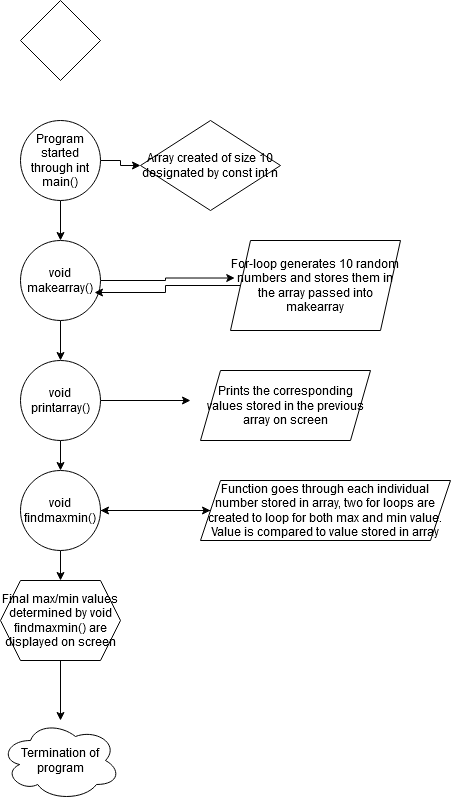
itsmigs12/Discussion5-1 keeps this draw.io diagram as Untitled Diagram.png. Above is the earlier version. Source tidied: cells renumbered, new cells last; positions are measured from the earlier drawing's top-left corner, leaving out a move shared by most shapes. Its diagram source:
```xml
<mxGraphModel>
  <root>
    <mxCell id="0" />
    <mxCell id="1" parent="0" />
    <mxCell id="2" style="rhombus;whiteSpace=wrap;html=1;" parent="1" vertex="1">
      <mxGeometry x="20" width="80" height="80" as="geometry" />
    </mxCell>
    <mxCell id="3" style="edgeStyle=orthogonalEdgeStyle;rounded=0;jettySize=auto;html=1;" parent="1" edge="1" source="5" target="8">
      <mxGeometry relative="1" as="geometry" />
    </mxCell>
    <mxCell id="4" style="edgeStyle=orthogonalEdgeStyle;rounded=0;jettySize=auto;html=1;" parent="1" edge="1" source="5" target="20">
      <mxGeometry relative="1" as="geometry" />
    </mxCell>
    <mxCell id="5" value="Program started through int main()" style="ellipse;whiteSpace=wrap;html=1;" parent="1" vertex="1">
      <mxGeometry x="20" y="120" width="80" height="80" as="geometry" />
    </mxCell>
    <mxCell id="6" style="edgeStyle=orthogonalEdgeStyle;rounded=0;jettySize=auto;html=1;entryX=0.025;entryY=0.417;entryDx=0;entryDy=0;entryPerimeter=0;" parent="1" edge="1" source="8" target="18">
      <mxGeometry relative="1" as="geometry" />
    </mxCell>
    <mxCell id="7" style="edgeStyle=orthogonalEdgeStyle;rounded=0;jettySize=auto;html=1;entryX=0.5;entryY=0;entryDx=0;entryDy=0;" parent="1" edge="1" source="8" target="11">
      <mxGeometry relative="1" as="geometry" />
    </mxCell>
    <mxCell id="8" value="void makearray()" style="ellipse;whiteSpace=wrap;html=1;" parent="1" vertex="1">
      <mxGeometry x="20" y="240" width="80" height="80" as="geometry" />
    </mxCell>
    <mxCell id="9" style="edgeStyle=orthogonalEdgeStyle;rounded=0;jettySize=auto;html=1;" parent="1" edge="1" source="11">
      <mxGeometry relative="1" as="geometry">
        <mxPoint x="190" y="400" as="targetPoint" />
      </mxGeometry>
    </mxCell>
    <mxCell id="10" style="edgeStyle=orthogonalEdgeStyle;rounded=0;jettySize=auto;html=1;" parent="1" edge="1" source="11" target="14">
      <mxGeometry relative="1" as="geometry" />
    </mxCell>
    <mxCell id="11" value="void printarray()" style="ellipse;whiteSpace=wrap;html=1;" parent="1" vertex="1">
      <mxGeometry x="20" y="360" width="80" height="80" as="geometry" />
    </mxCell>
    <mxCell id="12" style="edgeStyle=orthogonalEdgeStyle;rounded=0;jettySize=auto;html=1;" parent="1" edge="1" source="14" target="22">
      <mxGeometry relative="1" as="geometry" />
    </mxCell>
    <mxCell id="13" style="edgeStyle=orthogonalEdgeStyle;rounded=0;jettySize=auto;html=1;" parent="1" edge="1" source="14" target="16">
      <mxGeometry relative="1" as="geometry" />
    </mxCell>
    <mxCell id="14" value="void findmaxmin()" style="ellipse;whiteSpace=wrap;html=1;" parent="1" vertex="1">
      <mxGeometry x="20" y="470" width="80" height="80" as="geometry" />
    </mxCell>
    <mxCell id="15" style="edgeStyle=orthogonalEdgeStyle;rounded=0;jettySize=auto;html=1;" parent="1" edge="1" source="16" target="23">
      <mxGeometry relative="1" as="geometry" />
    </mxCell>
    <mxCell id="16" value="Final max/min values determined by void findmaxmin() are displayed on screen" style="shape=hexagon;perimeter=hexagonPerimeter2;whiteSpace=wrap;html=1;fixedSize=1;" parent="1" vertex="1">
      <mxGeometry y="580" width="120" height="80" as="geometry" />
    </mxCell>
    <mxCell id="17" style="edgeStyle=orthogonalEdgeStyle;rounded=0;jettySize=auto;html=1;entryX=0.925;entryY=0.65;entryDx=0;entryDy=0;entryPerimeter=0;" parent="1" edge="1" source="18" target="8">
      <mxGeometry relative="1" as="geometry" />
    </mxCell>
    <mxCell id="18" value="For-loop generates 10 random numbers and stores them in the array passed into makearray" style="shape=parallelogram;perimeter=parallelogramPerimeter;whiteSpace=wrap;html=1;fixedSize=1;" parent="1" vertex="1">
      <mxGeometry x="230" y="240" width="170" height="90" as="geometry" />
    </mxCell>
    <mxCell id="19" value="Prints the corresponding values stored in the previous array on screen" style="shape=parallelogram;perimeter=parallelogramPerimeter;whiteSpace=wrap;html=1;fixedSize=1;" parent="1" vertex="1">
      <mxGeometry x="200" y="370" width="170" height="70" as="geometry" />
    </mxCell>
    <mxCell id="20" value="Array created of size 10 designated by const int n" style="rhombus;whiteSpace=wrap;html=1;" parent="1" vertex="1">
      <mxGeometry x="140" y="120" width="140" height="90" as="geometry" />
    </mxCell>
    <mxCell id="21" style="edgeStyle=orthogonalEdgeStyle;rounded=0;jettySize=auto;html=1;entryX=1;entryY=0.5;entryDx=0;entryDy=0;" parent="1" edge="1" source="22" target="14">
      <mxGeometry relative="1" as="geometry" />
    </mxCell>
    <mxCell id="22" value="Function goes through each individual number stored in array, two for loops are created to loop for both max and min value. Value is compared to value stored in array" style="shape=parallelogram;perimeter=parallelogramPerimeter;whiteSpace=wrap;html=1;fixedSize=1;" parent="1" vertex="1">
      <mxGeometry x="200" y="480" width="250" height="60" as="geometry" />
    </mxCell>
    <mxCell id="23" value="Termination of program" style="ellipse;shape=cloud;whiteSpace=wrap;html=1;" parent="1" vertex="1">
      <mxGeometry y="720" width="120" height="80" as="geometry" />
    </mxCell>
  </root>
</mxGraphModel>
```
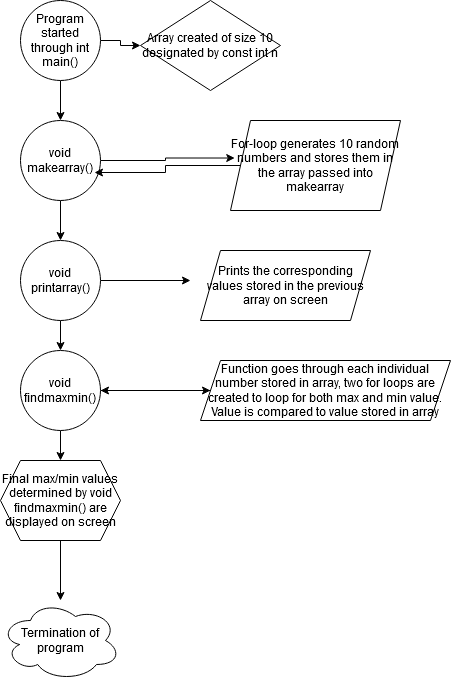
Later version of the same file.

Diff of the diagram source:
```diff
@@ -2,9 +2,6 @@
   <root>
     <mxCell id="0" />
     <mxCell id="1" parent="0" />
-    <mxCell id="2" style="rhombus;whiteSpace=wrap;html=1;" parent="1" vertex="1">
-      <mxGeometry x="20" width="80" height="80" as="geometry" />
-    </mxCell>
     <mxCell id="3" style="edgeStyle=orthogonalEdgeStyle;rounded=0;jettySize=auto;html=1;" parent="1" edge="1" source="5" target="8">
       <mxGeometry relative="1" as="geometry" />
     </mxCell>
```
